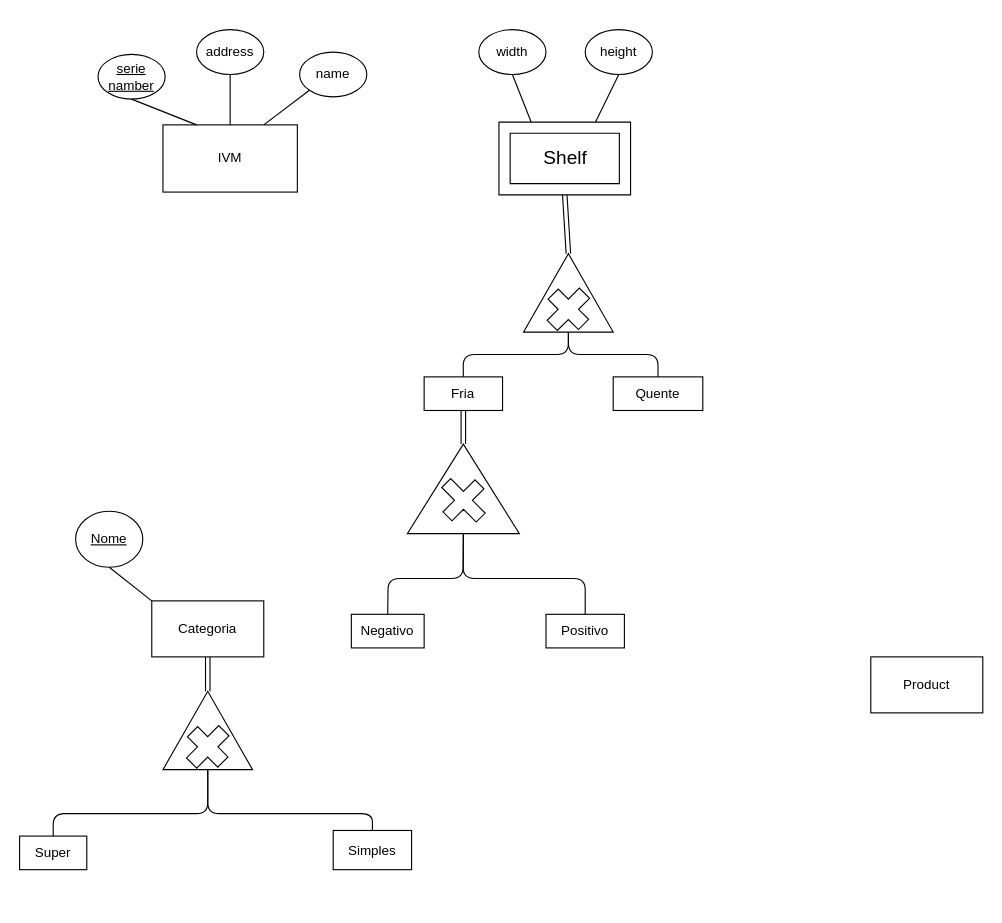
Before: Parte1/Projeto1.drawio in CaGonJo/BD_Project, a draw.io diagram. Source tidied: cells renumbered, new cells numbered last; positions are measured from the earlier drawing's top-left corner, leaving out a move shared by most shapes. Both pictures are drawn from the tidied source at 112%, with x=0, y=0 at pixel (19, 29).
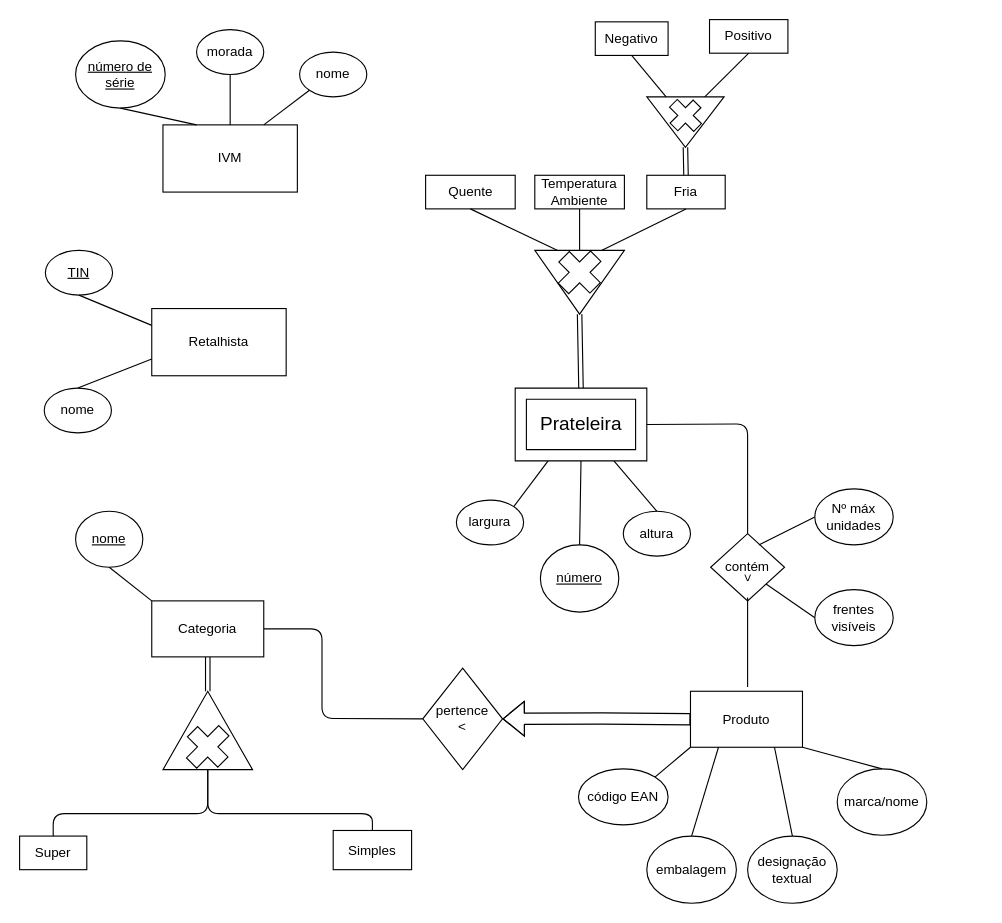
Above is the later version.

Commit message:
working on E/R diagram

Unchanged cells that the change refers to:
```xml
<mxCell id="9" value="Categoria" style="rounded=0;whiteSpace=wrap;html=1;" parent="1" vertex="1">
  <mxGeometry x="118" y="510" width="100" height="50" as="geometry" />
</mxCell>
```

Change to the diagram source:
```diff
@@
-    <mxCell id="3" value="&lt;u&gt;serie namber&lt;/u&gt;" style="ellipse;whiteSpace=wrap;html=1;" parent="1" vertex="1">
-      <mxGeometry x="70" y="22" width="60" height="40" as="geometry" />
+    <mxCell id="3" value="&lt;u&gt;número de série&lt;/u&gt;" style="ellipse;whiteSpace=wrap;html=1;" parent="1" vertex="1">
+      <mxGeometry x="50" y="10" width="80" height="60" as="geometry" />
     </mxCell>
-    <mxCell id="4" value="name" style="ellipse;whiteSpace=wrap;html=1;" parent="1" vertex="1">
+    <mxCell id="4" value="nome" style="ellipse;whiteSpace=wrap;html=1;" parent="1" vertex="1">
       <mxGeometry x="250" y="20" width="60" height="40" as="geometry" />
     </mxCell>
-    <mxCell id="5" value="address" style="ellipse;whiteSpace=wrap;html=1;" parent="1" vertex="1">
+    <mxCell id="5" value="morada" style="ellipse;whiteSpace=wrap;html=1;" parent="1" vertex="1">
       <mxGeometry x="158" width="60" height="40" as="geometry" />
     </mxCell>
@@
-    <mxCell id="17" value="&lt;u&gt;Nome&lt;/u&gt;" style="ellipse;whiteSpace=wrap;html=1;" parent="1" vertex="1">
+    <mxCell id="17" value="&lt;u&gt;nome&lt;/u&gt;" style="ellipse;whiteSpace=wrap;html=1;" parent="1" vertex="1">
       <mxGeometry x="50" y="430" width="60" height="50" as="geometry" />
     </mxCell>
@@
-    <mxCell id="19" value="width" style="ellipse;whiteSpace=wrap;html=1;" parent="1" vertex="1">
-      <mxGeometry x="410" width="60" height="40" as="geometry" />
+    <mxCell id="19" value="largura" style="ellipse;whiteSpace=wrap;html=1;" parent="1" vertex="1">
+      <mxGeometry x="390" y="420" width="60" height="40" as="geometry" />
     </mxCell>
-    <mxCell id="20" value="height" style="ellipse;whiteSpace=wrap;html=1;" parent="1" vertex="1">
-      <mxGeometry x="505" width="60" height="40" as="geometry" />
+    <mxCell id="20" value="altura" style="ellipse;whiteSpace=wrap;html=1;" parent="1" vertex="1">
+      <mxGeometry x="539" y="430" width="60" height="40" as="geometry" />
     </mxCell>
-    <mxCell id="21" style="endArrow=none;html=1;entryX=0.5;entryY=1;entryDx=0;entryDy=0;exitX=0;exitY=0;exitDx=28.75;exitDy=0;exitPerimeter=0;" parent="1" edge="1" source="26" target="19">
+    <mxCell id="21" style="endArrow=none;html=1;entryX=1;entryY=0;entryDx=0;entryDy=0;exitX=0;exitY=0;exitDx=29.375;exitDy=65;exitPerimeter=0;" parent="1" edge="1" source="26" target="19">
       <mxGeometry relative="1" as="geometry" />
     </mxCell>
-    <mxCell id="22" style="endArrow=none;html=1;entryX=0.5;entryY=1;entryDx=0;entryDy=0;exitX=0;exitY=0;exitDx=86.25;exitDy=0;exitPerimeter=0;" parent="1" edge="1" source="26" target="20">
+    <mxCell id="22" style="endArrow=none;html=1;entryX=0.5;entryY=0;entryDx=0;entryDy=0;exitX=0;exitY=0;exitDx=88.125;exitDy=65;exitPerimeter=0;" parent="1" edge="1" source="26" target="20">
       <mxGeometry relative="1" as="geometry" />
     </mxCell>
-    <mxCell id="23" style="triangle;whiteSpace=wrap;html=1;direction=north;" parent="1" vertex="1">
-      <mxGeometry x="450" y="200" width="80" height="70" as="geometry" />
+    <mxCell id="23" style="triangle;whiteSpace=wrap;html=1;direction=north;rotation=-180;" parent="1" vertex="1">
+      <mxGeometry x="460" y="197" width="80" height="57" as="geometry" />
     </mxCell>
     <mxCell id="24" style="shape=cross;whiteSpace=wrap;html=1;direction=south;rotation=45;size=0.33611171104649123;" parent="1" vertex="1">
-      <mxGeometry x="470.8" y="229.3" width="38.3" height="40.7" as="geometry" />
+      <mxGeometry x="480.4" y="196.3" width="39.2" height="40.7" as="geometry" />
     </mxCell>
-    <mxCell id="25" style="shape=link;html=1;exitX=0.5;exitY=1;exitDx=0;exitDy=0;entryX=1;entryY=0.5;entryDx=0;entryDy=0;exitPerimeter=0;" parent="1" edge="1" source="26" target="23">
-      <mxGeometry relative="1" as="geometry" />
-    </mxCell>
-    <mxCell id="26" value="&lt;font style=&quot;font-size: 17px&quot;&gt;Shelf&lt;/font&gt;" style="verticalLabelPosition=middle;verticalAlign=middle;html=1;shape=mxgraph.basic.frame;dx=10;fontFamily=Helvetica;labelPosition=center;align=center;" parent="1" vertex="1">
-      <mxGeometry x="428" y="82.5" width="117.5" height="65" as="geometry" />
+    <mxCell id="26" value="&lt;font style=&quot;font-size: 17px&quot;&gt;Prateleira&lt;/font&gt;" style="verticalLabelPosition=middle;verticalAlign=middle;html=1;shape=mxgraph.basic.frame;dx=10;fontFamily=Helvetica;labelPosition=center;align=center;" parent="1" vertex="1">
+      <mxGeometry x="442.5" y="320" width="117.5" height="65" as="geometry" />
     </mxCell>
     <mxCell id="27" value="Fria" style="rounded=0;whiteSpace=wrap;html=1;" parent="1" vertex="1">
-      <mxGeometry x="361.2" y="310" width="70" height="30" as="geometry" />
+      <mxGeometry x="560" y="130" width="70" height="30" as="geometry" />
     </mxCell>
-    <mxCell id="28" style="endArrow=none;html=1;exitX=0.5;exitY=0;exitDx=0;exitDy=0;entryX=0;entryY=0.5;entryDx=0;entryDy=0;" parent="1" edge="1" source="27" target="23">
-      <mxGeometry relative="1" as="geometry">
-        <Array as="points">
-          <mxPoint x="396" y="290" />
-          <mxPoint x="440" y="290" />
-          <mxPoint x="490" y="290" />
-        </Array>
-      </mxGeometry>
-    </mxCell>
     <mxCell id="29" value="Quente" style="rounded=0;whiteSpace=wrap;html=1;" parent="1" vertex="1">
-      <mxGeometry x="530" y="310" width="80" height="30" as="geometry" />
+      <mxGeometry x="362.5" y="130" width="80" height="30" as="geometry" />
     </mxCell>
-    <mxCell id="30" style="triangle;whiteSpace=wrap;html=1;direction=north;" parent="1" vertex="1">
-      <mxGeometry x="346.2" y="370" width="100" height="80" as="geometry" />
+    <mxCell id="30" style="triangle;whiteSpace=wrap;html=1;direction=north;rotation=-180;" parent="1" vertex="1">
+      <mxGeometry x="560" y="60" width="69" height="45" as="geometry" />
     </mxCell>
-    <mxCell id="31" style="endArrow=none;html=1;exitX=0.5;exitY=0;exitDx=0;exitDy=0;entryX=0;entryY=0.5;entryDx=0;entryDy=0;" parent="1" edge="1" source="29" target="23">
-      <mxGeometry relative="1" as="geometry">
-        <Array as="points">
-          <mxPoint x="570" y="290" />
-          <mxPoint x="520" y="290" />
-          <mxPoint x="490" y="290" />
-        </Array>
-      </mxGeometry>
-    </mxCell>
-    <mxCell id="32" style="shape=link;html=1;exitX=0.5;exitY=1;exitDx=0;exitDy=0;entryX=1;entryY=0.5;entryDx=0;entryDy=0;" parent="1" edge="1" source="27" target="30">
-      <mxGeometry relative="1" as="geometry" />
-    </mxCell>
-    <mxCell id="33" style="shape=cross;whiteSpace=wrap;html=1;direction=south;rotation=45;size=0.2797574694903357;" parent="1" vertex="1">
-      <mxGeometry x="374.5" y="400" width="43.6" height="40.4" as="geometry" />
-    </mxCell>
-    <mxCell id="34" value="Product" style="rounded=0;whiteSpace=wrap;html=1;" parent="1" vertex="1">
-      <mxGeometry x="760" y="560" width="100" height="50" as="geometry" />
+    <mxCell id="34" value="Produto" style="rounded=0;whiteSpace=wrap;html=1;" parent="1" vertex="1">
+      <mxGeometry x="599" y="590.7" width="100" height="50" as="geometry" />
     </mxCell>
     <mxCell id="35" value="Negativo" style="rounded=0;whiteSpace=wrap;html=1;" parent="1" vertex="1">
-      <mxGeometry x="296.2" y="522" width="65" height="30" as="geometry" />
+      <mxGeometry x="514" y="-7" width="65" height="30" as="geometry" />
     </mxCell>
-    <mxCell id="36" style="endArrow=none;html=1;exitX=0.5;exitY=0;exitDx=0;exitDy=0;entryX=0;entryY=0.5;entryDx=0;entryDy=0;" parent="1" edge="1" source="35" target="30">
-      <mxGeometry relative="1" as="geometry">
-        <Array as="points">
-          <mxPoint x="329" y="490" />
-          <mxPoint x="396" y="490" />
-        </Array>
-      </mxGeometry>
-    </mxCell>
     <mxCell id="37" value="Positivo" style="rounded=0;whiteSpace=wrap;html=1;" parent="1" vertex="1">
-      <mxGeometry x="470" y="522" width="70" height="30" as="geometry" />
+      <mxGeometry x="616" y="-9" width="70" height="30" as="geometry" />
     </mxCell>
-    <mxCell id="38" style="endArrow=none;html=1;exitX=0.5;exitY=0;exitDx=0;exitDy=0;entryX=0;entryY=0.5;entryDx=0;entryDy=0;" parent="1" edge="1" source="37" target="30">
-      <mxGeometry relative="1" as="geometry">
-        <Array as="points">
-          <mxPoint x="505" y="490" />
-          <mxPoint x="440" y="490" />
-          <mxPoint x="396" y="490" />
-        </Array>
-      </mxGeometry>
-    </mxCell>
+    <mxCell id="39" value="Temperatura Ambiente" style="rounded=0;whiteSpace=wrap;html=1;" parent="1" vertex="1">
+      <mxGeometry x="460" y="130" width="80" height="30" as="geometry" />
+    </mxCell>
+    <mxCell id="40" value="&lt;u&gt;número&lt;/u&gt;" style="ellipse;whiteSpace=wrap;html=1;direction=south;" parent="1" vertex="1">
+      <mxGeometry x="465" y="460" width="70" height="60" as="geometry" />
+    </mxCell>
+    <mxCell id="41" style="endArrow=none;html=1;entryX=0;entryY=0.5;entryDx=0;entryDy=0;exitX=0.5;exitY=1;exitDx=0;exitDy=0;exitPerimeter=0;" parent="1" edge="1" source="26" target="40">
+      <mxGeometry relative="1" as="geometry" />
+    </mxCell>
+    <mxCell id="42" value="código EAN" style="ellipse;whiteSpace=wrap;html=1;" parent="1" vertex="1">
+      <mxGeometry x="499" y="660" width="80" height="50" as="geometry" />
+    </mxCell>
+    <mxCell id="43" value="embalagem" style="ellipse;whiteSpace=wrap;html=1;" parent="1" vertex="1">
+      <mxGeometry x="560" y="720" width="80" height="60" as="geometry" />
+    </mxCell>
+    <mxCell id="44" value="designação textual" style="ellipse;whiteSpace=wrap;html=1;" parent="1" vertex="1">
+      <mxGeometry x="650" y="720" width="80" height="60" as="geometry" />
+    </mxCell>
+    <mxCell id="45" value="marca/nome" style="ellipse;whiteSpace=wrap;html=1;" parent="1" vertex="1">
+      <mxGeometry x="730" y="660" width="80" height="59.3" as="geometry" />
+    </mxCell>
+    <mxCell id="46" style="endArrow=none;html=1;entryX=0;entryY=1;entryDx=0;entryDy=0;exitX=1;exitY=0;exitDx=0;exitDy=0;" parent="1" edge="1" source="42" target="34">
+      <mxGeometry relative="1" as="geometry" />
+    </mxCell>
+    <mxCell id="47" style="endArrow=none;html=1;entryX=0.25;entryY=1;entryDx=0;entryDy=0;exitX=0.5;exitY=0;exitDx=0;exitDy=0;" parent="1" edge="1" source="43" target="34">
+      <mxGeometry relative="1" as="geometry" />
+    </mxCell>
+    <mxCell id="48" style="endArrow=none;html=1;entryX=0.75;entryY=1;entryDx=0;entryDy=0;exitX=0.5;exitY=0;exitDx=0;exitDy=0;" parent="1" edge="1" source="44" target="34">
+      <mxGeometry relative="1" as="geometry" />
+    </mxCell>
+    <mxCell id="49" style="endArrow=none;html=1;entryX=1;entryY=1;entryDx=0;entryDy=0;exitX=0.5;exitY=0;exitDx=0;exitDy=0;" parent="1" edge="1" source="45" target="34">
+      <mxGeometry relative="1" as="geometry" />
+    </mxCell>
+    <mxCell id="50" value="contém&lt;br&gt;" style="rhombus;whiteSpace=wrap;html=1;" parent="1" vertex="1">
+      <mxGeometry x="617" y="450" width="66" height="60" as="geometry" />
+    </mxCell>
+    <mxCell id="51" value="&amp;lt;" style="text;html=1;strokeColor=none;fillColor=none;align=center;verticalAlign=middle;whiteSpace=wrap;rounded=0;rotation=-90;" parent="1" vertex="1">
+      <mxGeometry x="635" y="480" width="30" height="20" as="geometry" />
+    </mxCell>
+    <mxCell id="52" value="Retalhista" style="rounded=0;whiteSpace=wrap;html=1;" parent="1" vertex="1">
+      <mxGeometry x="118" y="249" width="120" height="60" as="geometry" />
+    </mxCell>
+    <mxCell id="53" value="&lt;u&gt;TIN&lt;/u&gt;" style="ellipse;whiteSpace=wrap;html=1;" parent="1" vertex="1">
+      <mxGeometry x="23" y="197" width="60" height="40" as="geometry" />
+    </mxCell>
+    <mxCell id="54" value="nome" style="ellipse;whiteSpace=wrap;html=1;" parent="1" vertex="1">
+      <mxGeometry x="22" y="320" width="60" height="40" as="geometry" />
+    </mxCell>
+    <mxCell id="55" style="endArrow=none;html=1;entryX=0.5;entryY=1;entryDx=0;entryDy=0;exitX=0;exitY=0.25;exitDx=0;exitDy=0;" parent="1" edge="1" source="52" target="53">
+      <mxGeometry relative="1" as="geometry" />
+    </mxCell>
+    <mxCell id="56" style="endArrow=none;html=1;entryX=0;entryY=0.75;entryDx=0;entryDy=0;exitX=0.5;exitY=0;exitDx=0;exitDy=0;" parent="1" edge="1" source="54" target="52">
+      <mxGeometry relative="1" as="geometry" />
+    </mxCell>
+    <mxCell id="57" style="endArrow=none;html=1;" parent="1" edge="1">
+      <mxGeometry relative="1" as="geometry">
+        <mxPoint x="650" y="587" as="sourcePoint" />
+        <mxPoint x="650" y="507" as="targetPoint" />
+        <Array as="points">
+          <mxPoint x="650" y="527" />
+        </Array>
+      </mxGeometry>
+    </mxCell>
+    <mxCell id="58" value="pertence&lt;br&gt;&amp;lt;" style="rhombus;whiteSpace=wrap;html=1;" parent="1" vertex="1">
+      <mxGeometry x="360" y="570" width="71.2" height="90.7" as="geometry" />
+    </mxCell>
+    <mxCell id="59" style="shape=flexArrow;endArrow=classic;html=1;exitX=0;exitY=0.5;exitDx=0;exitDy=0;entryX=1;entryY=0.5;entryDx=0;entryDy=0;" parent="1" edge="1" source="34" target="58">
+      <mxGeometry relative="1" as="geometry">
+        <Array as="points">
+          <mxPoint x="520" y="615" />
+        </Array>
+      </mxGeometry>
+    </mxCell>
+    <mxCell id="60" style="endArrow=none;html=1;exitX=1;exitY=0.5;exitDx=0;exitDy=0;entryX=0;entryY=0.5;entryDx=0;entryDy=0;" parent="1" edge="1" source="9" target="58">
+      <mxGeometry relative="1" as="geometry">
+        <Array as="points">
+          <mxPoint x="270" y="535" />
+          <mxPoint x="270" y="615" />
+        </Array>
+      </mxGeometry>
+    </mxCell>
+    <mxCell id="61" style="endArrow=none;html=1;entryX=1;entryY=0.5;entryDx=0;entryDy=0;entryPerimeter=0;exitX=0.5;exitY=0;exitDx=0;exitDy=0;" parent="1" edge="1" source="50" target="26">
+      <mxGeometry relative="1" as="geometry">
+        <Array as="points">
+          <mxPoint x="650" y="352" />
+        </Array>
+      </mxGeometry>
+    </mxCell>
+    <mxCell id="62" style="shape=link;html=1;exitX=1;exitY=0.5;exitDx=0;exitDy=0;entryX=0.5;entryY=0;entryDx=0;entryDy=0;entryPerimeter=0;" parent="1" edge="1" source="23" target="26">
+      <mxGeometry relative="1" as="geometry" />
+    </mxCell>
+    <mxCell id="63" style="shape=link;html=1;entryX=0.5;entryY=0;entryDx=0;entryDy=0;exitX=1;exitY=0.5;exitDx=0;exitDy=0;" parent="1" edge="1" source="30" target="27">
+      <mxGeometry relative="1" as="geometry" />
+    </mxCell>
+    <mxCell id="64" style="endArrow=none;html=1;entryX=0.5;entryY=1;entryDx=0;entryDy=0;exitX=0;exitY=0.75;exitDx=0;exitDy=0;" parent="1" edge="1" source="30" target="35">
+      <mxGeometry relative="1" as="geometry" />
+    </mxCell>
+    <mxCell id="65" style="endArrow=none;html=1;entryX=0.5;entryY=1;entryDx=0;entryDy=0;exitX=0;exitY=0.25;exitDx=0;exitDy=0;" parent="1" edge="1" source="30" target="37">
+      <mxGeometry relative="1" as="geometry" />
+    </mxCell>
+    <mxCell id="66" style="endArrow=none;html=1;entryX=0.5;entryY=1;entryDx=0;entryDy=0;exitX=0;exitY=0.25;exitDx=0;exitDy=0;" parent="1" edge="1" source="23" target="27">
+      <mxGeometry relative="1" as="geometry" />
+    </mxCell>
+    <mxCell id="67" style="endArrow=none;html=1;entryX=0.5;entryY=1;entryDx=0;entryDy=0;exitX=0;exitY=0.5;exitDx=0;exitDy=0;" parent="1" edge="1" source="23" target="39">
+      <mxGeometry relative="1" as="geometry" />
+    </mxCell>
+    <mxCell id="68" style="endArrow=none;html=1;entryX=0.5;entryY=1;entryDx=0;entryDy=0;exitX=0;exitY=0.75;exitDx=0;exitDy=0;" parent="1" edge="1" source="23" target="29">
+      <mxGeometry relative="1" as="geometry" />
+    </mxCell>
+    <mxCell id="69" style="shape=cross;whiteSpace=wrap;html=1;direction=south;rotation=45;size=0.33611171104649123;" parent="1" vertex="1">
+      <mxGeometry x="579.3" y="62" width="30.5" height="29.1" as="geometry" />
+    </mxCell>
+    <mxCell id="70" value="Nº máx&lt;br&gt;unidades" style="ellipse;whiteSpace=wrap;html=1;" parent="1" vertex="1">
+      <mxGeometry x="710" y="410" width="70" height="50" as="geometry" />
+    </mxCell>
+    <mxCell id="71" value="frentes visíveis" style="ellipse;whiteSpace=wrap;html=1;" parent="1" vertex="1">
+      <mxGeometry x="710" y="500" width="70" height="50" as="geometry" />
+    </mxCell>
+    <mxCell id="72" style="endArrow=none;html=1;entryX=0;entryY=0.5;entryDx=0;entryDy=0;" parent="1" edge="1" target="70">
+      <mxGeometry relative="1" as="geometry">
+        <mxPoint x="660" y="460" as="sourcePoint" />
+      </mxGeometry>
+    </mxCell>
+    <mxCell id="73" style="endArrow=none;html=1;entryX=0;entryY=0.5;entryDx=0;entryDy=0;exitX=1;exitY=1;exitDx=0;exitDy=0;" parent="1" edge="1" source="50" target="71">
+      <mxGeometry relative="1" as="geometry" />
+    </mxCell>
```
